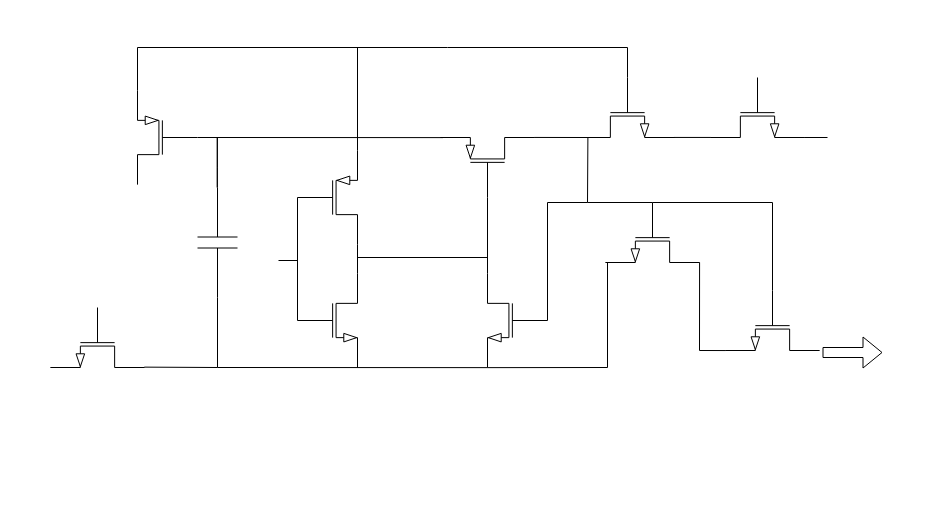
w1213ph/draw.io keeps this draw.io diagram as switch.drawio. Above is the earlier version. Source tidied: cells renumbered, new cells numbered last; positions are measured from the earlier drawing's top-left corner, leaving out a move shared by most shapes. Both pictures are drawn from the tidied source at 100%, with x=0, y=0 at pixel (47, 47).
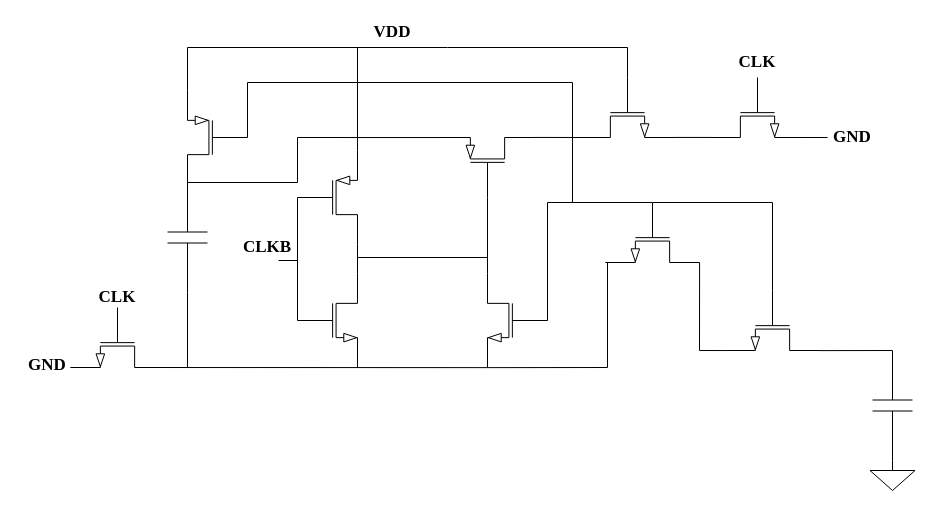
The same diagram, later.

Unchanged cells that the change refers to:
```xml
<mxCell id="4" style="verticalLabelPosition=bottom;shadow=0;dashed=0;align=center;html=1;verticalAlign=top;shape=mxgraph.electrical.transistors.nmos;flipH=1;" parent="1" vertex="1">
  <mxGeometry x="440" y="223" width="60" height="100" as="geometry" />
</mxCell>
<mxCell id="5" style="verticalLabelPosition=bottom;shadow=0;dashed=0;align=center;html=1;verticalAlign=top;shape=mxgraph.electrical.transistors.pmos;direction=north;" parent="1" vertex="1">
  <mxGeometry x="390" y="90" width="100" height="60" as="geometry" />
</mxCell>
<mxCell id="10" style="verticalLabelPosition=bottom;shadow=0;dashed=0;align=center;html=1;verticalAlign=top;shape=mxgraph.electrical.transistors.nmos;direction=south;" parent="1" vertex="1">
  <mxGeometry x="675" y="243" width="100" height="60" as="geometry" />
</mxCell>
<mxCell id="11" style="verticalLabelPosition=bottom;shadow=0;dashed=0;align=center;html=1;verticalAlign=top;shape=mxgraph.electrical.transistors.nmos;direction=south;" parent="1" vertex="1">
  <mxGeometry x="555" y="155" width="100" height="60" as="geometry" />
</mxCell>
```

Diff of the diagram source:
```diff
@@
     <mxCell id="6" style="verticalLabelPosition=bottom;shadow=0;dashed=0;align=center;html=1;verticalAlign=top;shape=mxgraph.electrical.transistors.pmos;direction=west;flipH=0;flipV=1;" parent="1" vertex="1">
-      <mxGeometry x="90" y="40" width="60" height="100" as="geometry" />
+      <mxGeometry x="140" y="40" width="60" height="100" as="geometry" />
     </mxCell>
     <mxCell id="7" style="verticalLabelPosition=bottom;shadow=0;dashed=0;align=center;html=1;verticalAlign=top;shape=mxgraph.electrical.transistors.nmos;direction=south;" parent="1" vertex="1">
-      <mxGeometry y="260" width="100" height="60" as="geometry" />
+      <mxGeometry x="20" y="260" width="100" height="60" as="geometry" />
     </mxCell>
@@
     <mxCell id="12" style="endArrow=none;html=1;rounded=0;exitX=1;exitY=0;exitDx=0;exitDy=0;exitPerimeter=0;" parent="1" edge="1" source="6">
       <mxGeometry relative="1" as="geometry">
         <mxPoint x="400" as="targetPoint" />
         <Array as="points">
-          <mxPoint x="90" />
+          <mxPoint x="140" />
         </Array>
       </mxGeometry>
     </mxCell>
     <mxCell id="13" style="verticalLabelPosition=bottom;shadow=0;dashed=0;align=center;html=1;verticalAlign=top;shape=mxgraph.electrical.capacitors.capacitor_1;direction=south;" parent="1" vertex="1">
-      <mxGeometry x="150" y="140" width="40" height="110" as="geometry" />
+      <mxGeometry x="120" y="135" width="40" height="110" as="geometry" />
     </mxCell>
@@
-    <mxCell id="19" style="endArrow=none;html=1;rounded=0;exitX=0.994;exitY=-0.725;exitDx=0;exitDy=0;exitPerimeter=0;entryX=1;entryY=0.5;entryDx=0;entryDy=0;entryPerimeter=0;" parent="1" edge="1" source="7" target="13">
+    <mxCell id="19" style="endArrow=none;html=1;rounded=0;entryX=1;entryY=0.5;entryDx=0;entryDy=0;entryPerimeter=0;" parent="1" edge="1" target="13">
       <mxGeometry relative="1" as="geometry">
+        <mxPoint x="117" y="320" as="sourcePoint" />
         <Array as="points">
-          <mxPoint x="170" y="320" />
+          <mxPoint x="140" y="320" />
         </Array>
       </mxGeometry>
     </mxCell>
-    <mxCell id="20" style="endArrow=none;html=1;rounded=0;entryX=0.998;entryY=-0.666;entryDx=0;entryDy=0;entryPerimeter=0;" parent="1" edge="1" target="5">
-      <mxGeometry relative="1" as="geometry">
-        <mxPoint x="150" y="90" as="sourcePoint" />
-      </mxGeometry>
-    </mxCell>
@@
-    <mxCell id="22" style="endArrow=none;html=1;rounded=0;" parent="1" edge="1">
-      <mxGeometry relative="1" as="geometry">
-        <mxPoint x="169.8" y="140" as="sourcePoint" />
-        <mxPoint x="169.8" y="90" as="targetPoint" />
-      </mxGeometry>
-    </mxCell>
@@
-    <mxCell id="24" style="endArrow=none;html=1;rounded=0;" parent="1" edge="1">
+    <mxCell id="24" style="endArrow=none;html=1;rounded=0;entryX=0;entryY=0.5;entryDx=0;entryDy=0;entryPerimeter=0;" parent="1" edge="1" target="6">
       <mxGeometry relative="1" as="geometry">
-        <mxPoint x="169.8" y="140" as="sourcePoint" />
-        <mxPoint x="169.8" y="90" as="targetPoint" />
+        <mxPoint x="525" y="90" as="sourcePoint" />
         <Array as="points">
-          <mxPoint x="169.8" y="120" />
+          <mxPoint x="525" y="35" />
+          <mxPoint x="200" y="35" />
         </Array>
       </mxGeometry>
     </mxCell>
     <mxCell id="25" style="endArrow=none;html=1;rounded=0;entryX=1;entryY=1;entryDx=0;entryDy=0;entryPerimeter=0;" parent="1" edge="1" target="4">
       <mxGeometry relative="1" as="geometry">
-        <mxPoint x="170" y="320" as="sourcePoint" />
+        <mxPoint x="90" y="320" as="sourcePoint" />
       </mxGeometry>
     </mxCell>
@@
-    <mxCell id="29" style="endArrow=none;html=1;rounded=0;exitX=0;exitY=0.5;exitDx=0;exitDy=0;exitPerimeter=0;entryX=0.995;entryY=-0.143;entryDx=0;entryDy=0;entryPerimeter=0;" parent="1" edge="1" source="11">
+    <mxCell id="29" style="endArrow=none;html=1;rounded=0;exitX=0;exitY=0.5;exitDx=0;exitDy=0;exitPerimeter=0;" parent="1" edge="1" source="11">
       <mxGeometry relative="1" as="geometry">
-        <mxPoint x="540.4" y="89.7" as="targetPoint" />
+        <mxPoint x="525" y="90" as="targetPoint" />
         <Array as="points">
-          <mxPoint x="540" y="155" />
+          <mxPoint x="525" y="155" />
         </Array>
       </mxGeometry>
     </mxCell>
@@
-    <mxCell id="34" style="shape=flexArrow;endArrow=classic;html=1;rounded=0;" parent="1" edge="1">
-      <mxGeometry relative="1" as="geometry">
-        <mxPoint x="775" y="305" as="sourcePoint" />
-        <mxPoint x="835" y="305" as="targetPoint" />
-      </mxGeometry>
-    </mxCell>
+    <mxCell id="35" style="endArrow=none;html=1;rounded=0;exitX=1.002;exitY=-0.716;exitDx=0;exitDy=0;exitPerimeter=0;" parent="1" edge="1" source="10">
+      <mxGeometry relative="1" as="geometry">
+        <mxPoint x="845" y="303" as="targetPoint" />
+      </mxGeometry>
+    </mxCell>
+    <mxCell id="36" style="verticalLabelPosition=bottom;shadow=0;dashed=0;align=center;html=1;verticalAlign=top;shape=mxgraph.electrical.capacitors.capacitor_1;direction=south;" parent="1" vertex="1">
+      <mxGeometry x="825" y="303" width="40" height="110" as="geometry" />
+    </mxCell>
+    <mxCell id="37" style="verticalLabelPosition=bottom;shadow=0;dashed=0;align=center;html=1;verticalAlign=top;shape=mxgraph.electrical.signal_sources.signal_ground;" parent="1" vertex="1">
+      <mxGeometry x="822.5" y="413" width="45" height="30" as="geometry" />
+    </mxCell>
+    <mxCell id="38" value="VDD" style="text;strokeColor=none;align=center;fillColor=none;html=1;verticalAlign=middle;whiteSpace=wrap;rounded=0;fontFamily=Times New Roman;fontStyle=1;fontSize=17;" parent="1" vertex="1">
+      <mxGeometry x="315" y="-30" width="60" height="30" as="geometry" />
+    </mxCell>
+    <mxCell id="39" style="endArrow=none;html=1;rounded=0;entryX=0.999;entryY=-0.698;entryDx=0;entryDy=0;entryPerimeter=0;exitX=0;exitY=0.5;exitDx=0;exitDy=0;exitPerimeter=0;" parent="1" edge="1" source="13" target="5">
+      <mxGeometry relative="1" as="geometry">
+        <Array as="points">
+          <mxPoint x="250" y="135" />
+          <mxPoint x="250" y="90" />
+        </Array>
+      </mxGeometry>
+    </mxCell>
+    <mxCell id="40" value="GND" style="text;strokeColor=none;align=center;fillColor=none;html=1;verticalAlign=middle;whiteSpace=wrap;rounded=0;fontFamily=Times New Roman;fontStyle=1;fontSize=17;" parent="1" vertex="1">
+      <mxGeometry x="-30" y="303" width="60" height="30" as="geometry" />
+    </mxCell>
+    <mxCell id="41" value="CLKB" style="text;strokeColor=none;align=center;fillColor=none;html=1;verticalAlign=middle;whiteSpace=wrap;rounded=0;fontFamily=Times New Roman;fontStyle=1;fontSize=17;" parent="1" vertex="1">
+      <mxGeometry x="190" y="185" width="60" height="30" as="geometry" />
+    </mxCell>
+    <mxCell id="42" value="CLK" style="text;strokeColor=none;align=center;fillColor=none;html=1;verticalAlign=middle;whiteSpace=wrap;rounded=0;fontFamily=Times New Roman;fontStyle=1;fontSize=17;" parent="1" vertex="1">
+      <mxGeometry x="40" y="235" width="60" height="30" as="geometry" />
+    </mxCell>
+    <mxCell id="43" value="GND" style="text;strokeColor=none;align=center;fillColor=none;html=1;verticalAlign=middle;whiteSpace=wrap;rounded=0;fontFamily=Times New Roman;fontStyle=1;fontSize=17;" parent="1" vertex="1">
+      <mxGeometry x="775" y="75" width="60" height="30" as="geometry" />
+    </mxCell>
+    <mxCell id="44" value="CLK" style="text;strokeColor=none;align=center;fillColor=none;html=1;verticalAlign=middle;whiteSpace=wrap;rounded=0;fontFamily=Times New Roman;fontStyle=1;fontSize=17;" parent="1" vertex="1">
+      <mxGeometry x="680" width="60" height="30" as="geometry" />
+    </mxCell>
```
